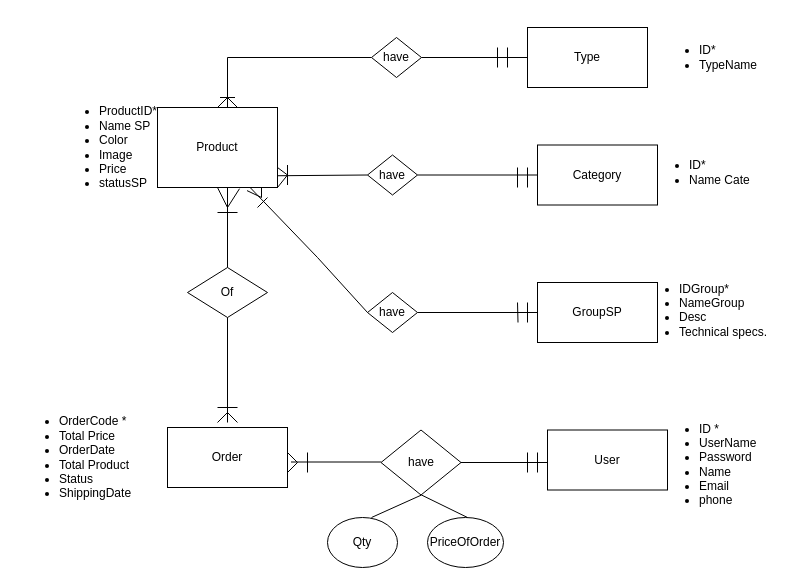
Earlier version of the draw.io diagram Biểu đồ không có tiêu đề.drawio (NCanhhieu/T2207E-Diagram). Source tidied: cells renumbered, new cells numbered last; positions are measured from the earlier drawing's top-left corner, leaving out a move shared by most shapes. Both pictures are drawn from the tidied source at 100%, with x=0, y=0 at pixel (17, 17).
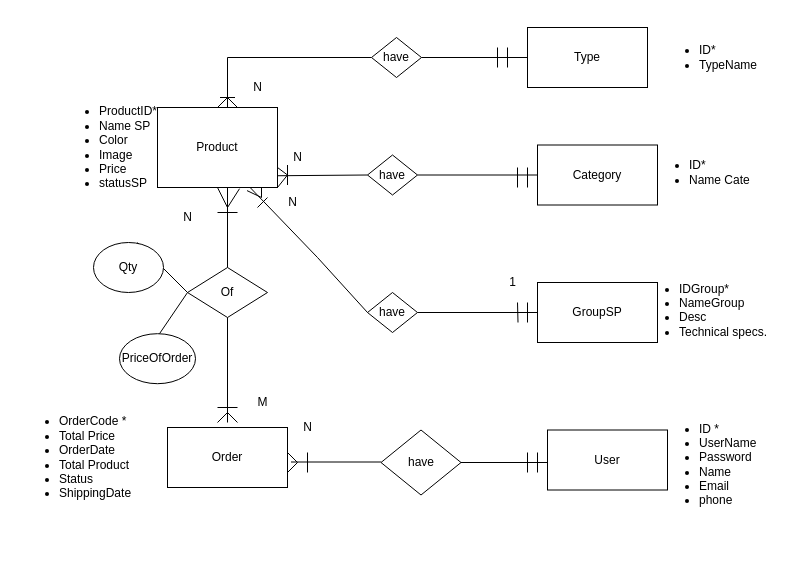
The same diagram, later.

Commit message (it also covers changes not shown here):
Cập nhật Biểu đồ không có tiêu đề.drawio

Unchanged cells that the change refers to:
```xml
<mxCell id="9" value="Of" style="rhombus;whiteSpace=wrap;html=1;" parent="1" vertex="1">
  <mxGeometry x="170" y="250" width="80" height="50" as="geometry" />
</mxCell>
```

Diff of the diagram source:
```diff
@@
-    <mxCell id="43" style="endArrow=none;html=1;rounded=0;" parent="1" edge="1">
+    <mxCell id="43" style="endArrow=none;html=1;rounded=0;entryX=0;entryY=0.5;entryDx=0;entryDy=0;" parent="1" edge="1" target="9">
       <mxGeometry relative="1" as="geometry">
-        <mxPoint x="354" y="500" as="sourcePoint" />
-        <mxPoint x="404" y="477.5" as="targetPoint" />
+        <mxPoint x="120" y="225" as="sourcePoint" />
       </mxGeometry>
     </mxCell>
     <mxCell id="44" style="endArrow=none;html=1;rounded=0;" parent="1" edge="1">
       <mxGeometry relative="1" as="geometry">
-        <mxPoint x="450" y="500" as="sourcePoint" />
-        <mxPoint x="404" y="477.5" as="targetPoint" />
+        <mxPoint x="142" y="316.2" as="sourcePoint" />
+        <mxPoint x="170" y="275" as="targetPoint" />
       </mxGeometry>
     </mxCell>
@@
     <mxCell id="51" value="Qty" style="ellipse;whiteSpace=wrap;html=1;" parent="1" vertex="1">
-      <mxGeometry x="310" y="500" width="70" height="50" as="geometry" />
+      <mxGeometry x="76" y="225" width="70" height="50" as="geometry" />
     </mxCell>
     <mxCell id="52" value="PriceOfOrder" style="ellipse;whiteSpace=wrap;html=1;" parent="1" vertex="1">
-      <mxGeometry x="410" y="500" width="76" height="50" as="geometry" />
+      <mxGeometry x="102" y="316.2" width="76" height="50" as="geometry" />
     </mxCell>
+    <mxCell id="53" value="M" style="text;html=1;align=center;verticalAlign=middle;strokeColor=none;fillColor=none;" parent="1" vertex="1">
+      <mxGeometry x="230" y="370" width="30" height="30" as="geometry" />
+    </mxCell>
+    <mxCell id="54" value="N" style="text;html=1;align=center;verticalAlign=middle;strokeColor=none;fillColor=none;" parent="1" vertex="1">
+      <mxGeometry x="155" y="185" width="30" height="30" as="geometry" />
+    </mxCell>
+    <mxCell id="55" value="1" style="text;html=1;align=center;verticalAlign=middle;strokeColor=none;fillColor=none;" parent="1" vertex="1">
+      <mxGeometry x="480" y="250" width="30" height="30" as="geometry" />
+    </mxCell>
+    <mxCell id="56" value="N" style="text;html=1;align=center;verticalAlign=middle;strokeColor=none;fillColor=none;" parent="1" vertex="1">
+      <mxGeometry x="260" y="170" width="30" height="30" as="geometry" />
+    </mxCell>
+    <mxCell id="57" value="N" style="text;html=1;align=center;verticalAlign=middle;strokeColor=none;fillColor=none;" parent="1" vertex="1">
+      <mxGeometry x="275" y="395" width="30" height="30" as="geometry" />
+    </mxCell>
+    <mxCell id="58" value="N" style="text;html=1;align=center;verticalAlign=middle;strokeColor=none;fillColor=none;" parent="1" vertex="1">
+      <mxGeometry x="265" y="125" width="30" height="30" as="geometry" />
+    </mxCell>
+    <mxCell id="59" value="N" style="text;html=1;align=center;verticalAlign=middle;strokeColor=none;fillColor=none;" parent="1" vertex="1">
+      <mxGeometry x="225" y="55" width="30" height="30" as="geometry" />
+    </mxCell>
```
